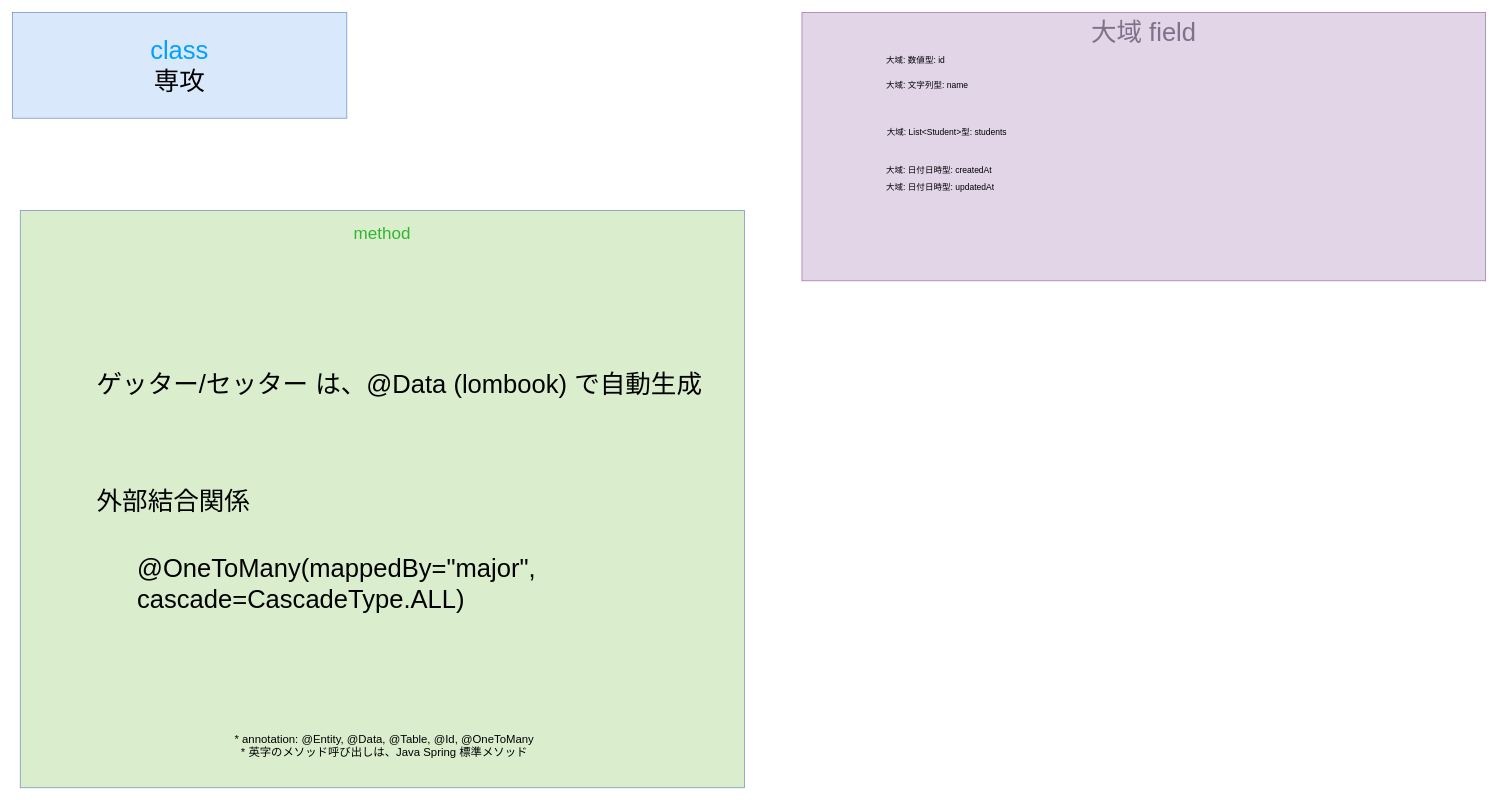
tro319/seiseki_manage_sys keeps this draw.io diagram as gijigengo/model/entity/seiseki_manage_sys model_entity Major クラス 疑似言語.drawio. Above is the earlier version. Source tidied: cells renumbered, new cells numbered last; positions are measured from the earlier drawing's top-left corner, leaving out a move shared by most shapes. Both pictures are drawn from the tidied source at 71%, with x=0, y=0 at pixel (12, 12).
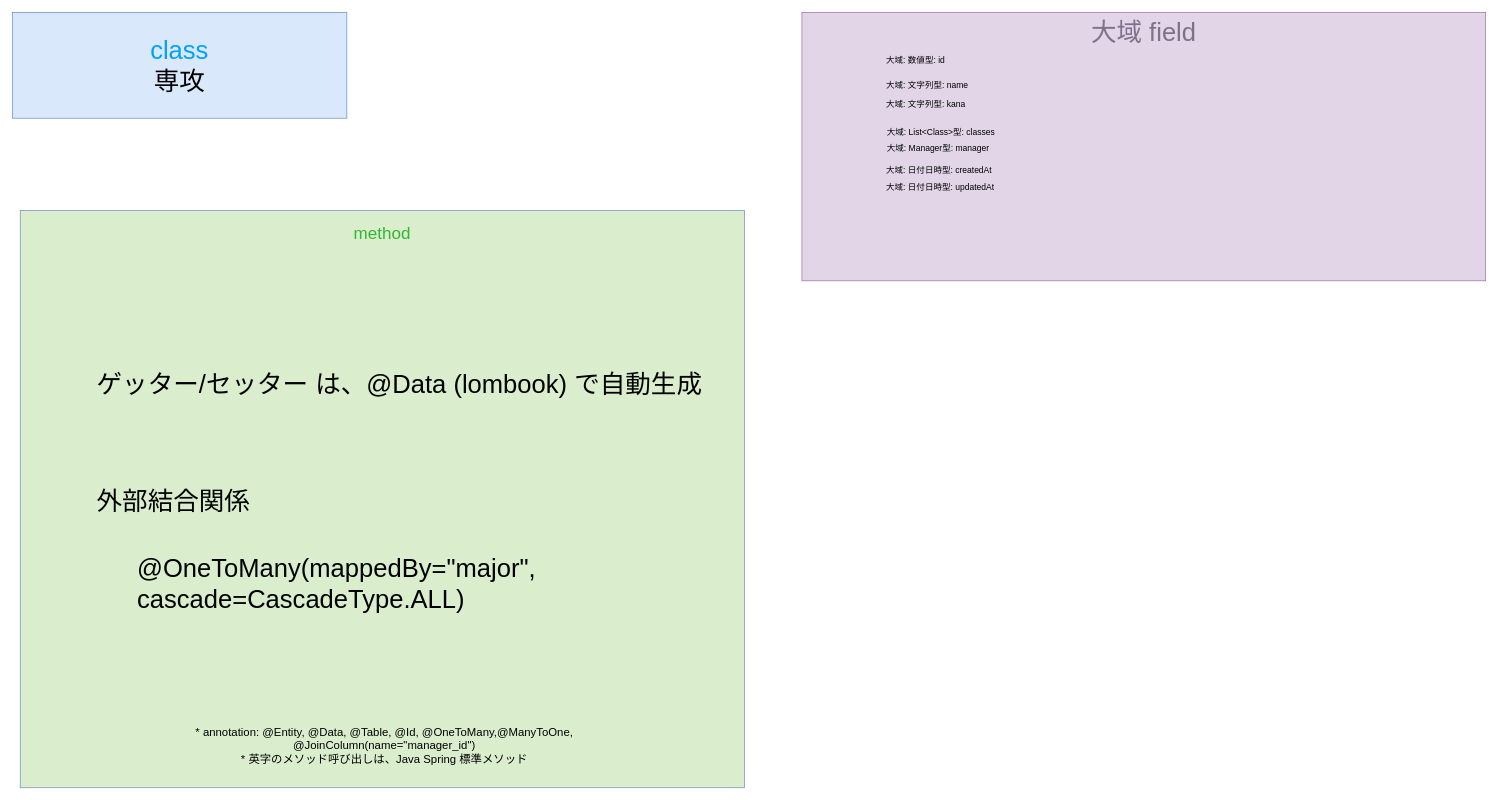
The same page after the edit.

Commit message (it also covers changes not shown here):
2025.12.10 クラス図と疑似言語（疑似言語は管理者関係のservice, model,repositoryパッケージ内クラス群など) 更新 吉田

Diff of the diagram source:
```diff
@@
 <mxGraphModel>
   <root>
     <mxCell id="0" />
     <mxCell id="1" parent="0" />
     <mxCell id="2" value="&lt;div&gt;&lt;span style=&quot;color: rgb(0, 161, 255);&quot;&gt;class&lt;/span&gt;&lt;/div&gt;&lt;div&gt;専攻&lt;/div&gt;" style="text;html=1;whiteSpace=wrap;strokeColor=#6c8ebf;fillColor=#dae8fc;align=center;verticalAlign=middle;rounded=0;fontSize=36;" parent="1" vertex="1">
       <mxGeometry width="471" height="149" as="geometry" />
     </mxCell>
     <mxCell id="3" value="&lt;div&gt;&lt;font style=&quot;font-size: 24px;&quot;&gt;&lt;span style=&quot;color: rgb(50, 182, 49);&quot;&gt;&lt;span style=&quot;&quot;&gt;&lt;span style=&quot;&quot;&gt;&lt;span&gt;method&lt;/span&gt;&lt;/span&gt;&lt;/span&gt;&lt;/span&gt;&lt;/font&gt;&lt;/div&gt;&lt;div&gt;&lt;font style=&quot;font-size: 24px;&quot;&gt;&lt;span style=&quot;color: rgba(0, 0, 0, 0);&quot;&gt;&lt;span style=&quot;color: rgba(0, 0, 0, 0);&quot;&gt;&lt;span style=&quot;&quot;&gt;&lt;span style=&quot;&quot;&gt;&lt;br&gt;&lt;/span&gt;&lt;/span&gt;&lt;/span&gt;&lt;/span&gt;&lt;/font&gt;&lt;/div&gt;" style="text;html=1;whiteSpace=wrap;strokeColor=#6c8ebf;fillColor=light-dark(#daeece, #214210);align=center;verticalAlign=top;rounded=0;fontSize=36;fontColor=#00A1FF;" parent="1" vertex="1">
       <mxGeometry x="11" y="279" width="1020" height="813" as="geometry" />
     </mxCell>
     <mxCell id="4" value="ゲッター/セッター は、@Data (lombook) で自動生成" style="text;html=1;whiteSpace=wrap;strokeColor=none;fillColor=none;align=left;verticalAlign=middle;rounded=0;fontSize=36;" parent="1" vertex="1">
       <mxGeometry x="116.8" y="508" width="854.5" height="30" as="geometry" />
     </mxCell>
-    <mxCell id="5" value="&lt;div&gt;&lt;br&gt;&lt;/div&gt;&lt;div&gt;&lt;span&gt;&lt;span&gt;&lt;span style=&quot;color: rgb(0, 0, 0);&quot;&gt;&lt;font style=&quot;font-size: 16px;&quot;&gt;* annotation: @Entity,&amp;nbsp;&lt;/font&gt;&lt;/span&gt;&lt;span style=&quot;color: rgb(0, 0, 0);&quot;&gt;&lt;font style=&quot;font-size: 16px;&quot;&gt;@Data, @Table, @Id, @OneToMany&lt;/font&gt;&lt;/span&gt;&lt;/span&gt;&lt;/span&gt;&lt;/div&gt;&lt;div&gt;&lt;span&gt;&lt;span&gt;&lt;span style=&quot;color: rgb(0, 0, 0);&quot;&gt;&lt;font style=&quot;font-size: 16px;&quot;&gt;* 英字のメソッド呼び出しは、Java Spring 標準メソッド&lt;/font&gt;&lt;/span&gt;&lt;/span&gt;&lt;/span&gt;&lt;/div&gt;" style="text;html=1;whiteSpace=wrap;strokeColor=none;fillColor=none;align=center;verticalAlign=middle;rounded=0;" parent="1" vertex="1">
+    <mxCell id="5" value="&lt;div&gt;&lt;br&gt;&lt;/div&gt;&lt;div&gt;&lt;span&gt;&lt;span&gt;&lt;span style=&quot;color: rgb(0, 0, 0);&quot;&gt;&lt;font style=&quot;font-size: 16px;&quot;&gt;* annotation: @Entity,&amp;nbsp;&lt;/font&gt;&lt;/span&gt;&lt;span style=&quot;color: rgb(0, 0, 0);&quot;&gt;&lt;font style=&quot;font-size: 16px;&quot;&gt;@Data, @Table, @Id, @OneToMany,@ManyToOne, @JoinColumn(name=&quot;manager_id&quot;)&lt;/font&gt;&lt;/span&gt;&lt;/span&gt;&lt;/span&gt;&lt;/div&gt;&lt;div&gt;&lt;span&gt;&lt;span&gt;&lt;span style=&quot;color: rgb(0, 0, 0);&quot;&gt;&lt;font style=&quot;font-size: 16px;&quot;&gt;* 英字のメソッド呼び出しは、Java Spring 標準メソッド&lt;/font&gt;&lt;/span&gt;&lt;/span&gt;&lt;/span&gt;&lt;/div&gt;" style="text;html=1;whiteSpace=wrap;strokeColor=none;fillColor=none;align=center;verticalAlign=middle;rounded=0;" parent="1" vertex="1">
       <mxGeometry x="164" y="1010" width="720" height="30" as="geometry" />
     </mxCell>
     <mxCell id="6" value="&lt;font&gt;大域 field&lt;/font&gt;" style="rounded=0;whiteSpace=wrap;html=1;fillColor=#e1d5e7;strokeColor=#9673a6;verticalAlign=top;fontSize=36;fontColor=#80708A;" parent="1" vertex="1">
       <mxGeometry x="1112" width="963" height="378" as="geometry" />
     </mxCell>
     <mxCell id="7" value="大域: 文字列型: name" style="text;html=1;whiteSpace=wrap;strokeColor=none;fillColor=none;align=left;verticalAlign=middle;rounded=0;fontSize=12;" parent="1" vertex="1">
       <mxGeometry x="1229" y="88" width="590" height="30" as="geometry" />
     </mxCell>
     <mxCell id="8" value="大域: 数値型: id" style="text;html=1;whiteSpace=wrap;strokeColor=none;fillColor=none;align=left;verticalAlign=middle;rounded=0;fontSize=12;" parent="1" vertex="1">
       <mxGeometry x="1229" y="53" width="590" height="30" as="geometry" />
     </mxCell>
     <mxCell id="9" value="大域: 日付日時型: createdAt" style="text;html=1;whiteSpace=wrap;strokeColor=none;fillColor=none;align=left;verticalAlign=middle;rounded=0;fontSize=12;" parent="1" vertex="1">
       <mxGeometry x="1229" y="208" width="590" height="30" as="geometry" />
     </mxCell>
     <mxCell id="10" value="大域: 日付日時型: updatedAt" style="text;html=1;whiteSpace=wrap;strokeColor=none;fillColor=none;align=left;verticalAlign=middle;rounded=0;fontSize=12;" parent="1" vertex="1">
       <mxGeometry x="1229" y="232" width="590" height="30" as="geometry" />
     </mxCell>
     <mxCell id="11" value="&lt;div&gt;@OneToMany(mappedBy=&quot;major&quot;, cascade=CascadeType.ALL)&lt;/div&gt;" style="text;html=1;whiteSpace=wrap;strokeColor=none;fillColor=none;align=left;verticalAlign=middle;rounded=0;fontSize=36;" parent="1" vertex="1">
       <mxGeometry x="174" y="699" width="854.5" height="212" as="geometry" />
     </mxCell>
-    <mxCell id="12" value="大域: List&amp;lt;Student&amp;gt;型: students" style="text;html=1;whiteSpace=wrap;strokeColor=none;fillColor=none;align=left;verticalAlign=middle;rounded=0;fontSize=12;" parent="1" vertex="1">
+    <mxCell id="12" value="大域: List&amp;lt;Class&amp;gt;型: classes" style="text;html=1;whiteSpace=wrap;strokeColor=none;fillColor=none;align=left;verticalAlign=middle;rounded=0;fontSize=12;" parent="1" vertex="1">
       <mxGeometry x="1230" y="154" width="590" height="30" as="geometry" />
     </mxCell>
     <mxCell id="13" value="外部結合関係" style="text;html=1;whiteSpace=wrap;strokeColor=none;fillColor=none;align=left;verticalAlign=middle;rounded=0;fontSize=36;" parent="1" vertex="1">
       <mxGeometry x="116.8" y="674" width="854.5" height="30" as="geometry" />
     </mxCell>
+    <mxCell id="14" value="大域: Manager型: manager" style="text;html=1;whiteSpace=wrap;strokeColor=none;fillColor=none;align=left;verticalAlign=middle;rounded=0;fontSize=12;" parent="1" vertex="1">
+      <mxGeometry x="1230" y="176" width="590" height="30" as="geometry" />
+    </mxCell>
+    <mxCell id="15" value="大域: 文字列型: kana" style="text;html=1;whiteSpace=wrap;strokeColor=none;fillColor=none;align=left;verticalAlign=middle;rounded=0;fontSize=12;" parent="1" vertex="1">
+      <mxGeometry x="1229" y="115" width="590" height="30" as="geometry" />
+    </mxCell>
   </root>
 </mxGraphModel>
```
